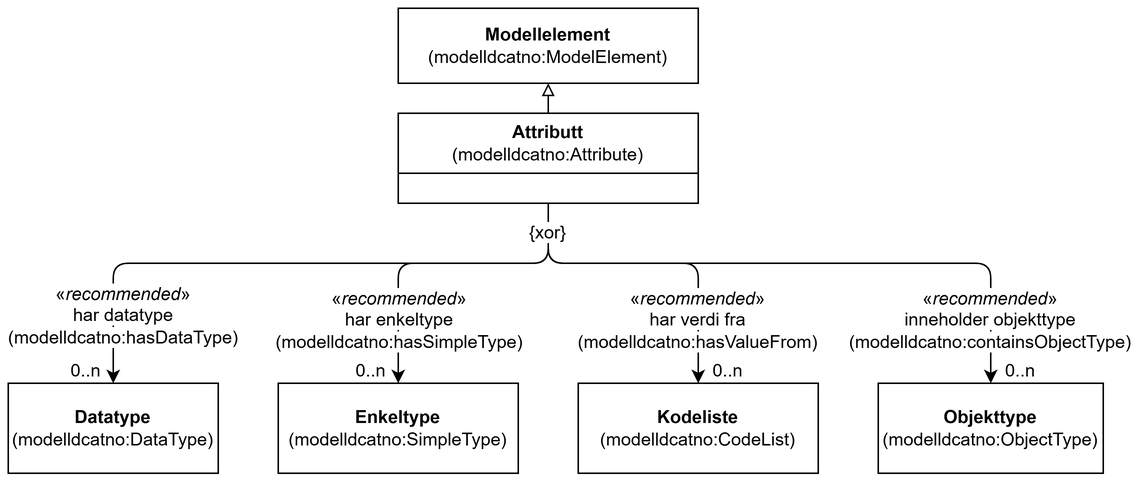
This is docs/images/KlassenAttributt.png from Informasjonsforvaltning/modelldcat-ap-no, a draw.io export, as it was before one commit. Source tidied: cells renumbered, new cells last; positions are measured from the earlier drawing's top-left corner, leaving out a move shared by most shapes. Its diagram source:
```xml
<mxGraphModel>
  <root>
    <mxCell id="0" />
    <mxCell id="1" parent="0" />
    <mxCell id="2" value="Attributt&lt;br&gt;&lt;div&gt;&lt;span style=&quot;font-weight: normal;&quot;&gt;(modelldcatno:Attribute)&lt;/span&gt;&lt;/div&gt;" style="swimlane;whiteSpace=wrap;html=1;startSize=40;" parent="1" vertex="1">
      <mxGeometry x="260" y="70" width="200" height="60" as="geometry" />
    </mxCell>
    <mxCell id="3" value="&lt;b&gt;Modellelement&lt;/b&gt;&lt;div&gt;(modelldcatno:ModelElement)&lt;/div&gt;" style="rounded=0;whiteSpace=wrap;html=1;" parent="1" vertex="1">
      <mxGeometry x="260" width="200" height="50" as="geometry" />
    </mxCell>
    <mxCell id="4" style="endArrow=block;html=1;rounded=0;entryX=0.5;entryY=1;entryDx=0;entryDy=0;exitX=0.5;exitY=0;exitDx=0;exitDy=0;endFill=0;" parent="1" edge="1" source="2" target="3">
      <mxGeometry relative="1" as="geometry" />
    </mxCell>
    <mxCell id="5" value="&lt;b&gt;Datatype&lt;/b&gt;&lt;div&gt;(modelldcatno:DataType)&lt;/div&gt;" style="rounded=0;whiteSpace=wrap;html=1;" parent="1" vertex="1">
      <mxGeometry y="250" width="140" height="60" as="geometry" />
    </mxCell>
    <mxCell id="6" value="&lt;b&gt;Enkeltype&lt;/b&gt;&lt;div&gt;(modelldcatno:SimpleType)&lt;/div&gt;" style="rounded=0;whiteSpace=wrap;html=1;" parent="1" vertex="1">
      <mxGeometry x="180" y="250" width="160" height="60" as="geometry" />
    </mxCell>
    <mxCell id="7" value="&lt;b&gt;Objekttype&lt;/b&gt;&lt;div&gt;(modelldcatno:ObjectType)&lt;/div&gt;" style="rounded=0;whiteSpace=wrap;html=1;" parent="1" vertex="1">
      <mxGeometry x="580" y="250" width="150" height="60" as="geometry" />
    </mxCell>
    <mxCell id="8" value="&lt;b&gt;Kodeliste&lt;/b&gt;&lt;div&gt;(modelldcatno:CodeList)&lt;/div&gt;" style="rounded=0;whiteSpace=wrap;html=1;" parent="1" vertex="1">
      <mxGeometry x="380" y="250" width="160" height="60" as="geometry" />
    </mxCell>
    <mxCell id="9" style="endArrow=classic;html=1;rounded=1;entryX=0.5;entryY=0;entryDx=0;entryDy=0;exitX=0.5;exitY=1;exitDx=0;exitDy=0;curved=0;" parent="1" edge="1" source="2" target="5">
      <mxGeometry relative="1" as="geometry">
        <Array as="points">
          <mxPoint x="360" y="170" />
          <mxPoint x="70" y="170" />
        </Array>
      </mxGeometry>
    </mxCell>
    <mxCell id="10" value="&lt;span style=&quot;background-color: light-dark(#ffffff, var(--ge-dark-color, #121212));&quot;&gt;&lt;span style=&quot;text-align: left;&quot;&gt;«&lt;/span&gt;&lt;i style=&quot;text-align: left;&quot;&gt;recommended&lt;/i&gt;&lt;span style=&quot;text-align: left;&quot;&gt;»&lt;/span&gt;&lt;/span&gt;&lt;div&gt;&lt;span style=&quot;background-color: light-dark(#ffffff, var(--ge-dark-color, #121212));&quot;&gt;har datatype&lt;/span&gt;&lt;div&gt;&lt;span style=&quot;background-color: light-dark(#ffffff, var(--ge-dark-color, #121212));&quot;&gt;(modelldcatno:hasDataType)&lt;/span&gt;&lt;/div&gt;&lt;/div&gt;" style="text;html=1;whiteSpace=wrap;strokeColor=none;fillColor=none;align=center;verticalAlign=middle;rounded=0;" parent="1" vertex="1">
      <mxGeometry x="67" y="190" width="20" height="30" as="geometry" />
    </mxCell>
    <mxCell id="11" value="0..n" style="text;html=1;whiteSpace=wrap;strokeColor=none;fillColor=none;align=center;verticalAlign=middle;rounded=0;" parent="1" vertex="1">
      <mxGeometry x="37" y="232" width="30" height="20" as="geometry" />
    </mxCell>
    <mxCell id="12" style="endArrow=classic;html=1;rounded=1;entryX=0.5;entryY=0;entryDx=0;entryDy=0;exitX=0.5;exitY=1;exitDx=0;exitDy=0;curved=0;" parent="1" edge="1" source="2" target="6">
      <mxGeometry relative="1" as="geometry">
        <Array as="points">
          <mxPoint x="360" y="170" />
          <mxPoint x="260" y="170" />
        </Array>
      </mxGeometry>
    </mxCell>
    <mxCell id="13" style="endArrow=classic;html=1;rounded=1;entryX=0.5;entryY=0;entryDx=0;entryDy=0;exitX=0.5;exitY=1;exitDx=0;exitDy=0;curved=0;" parent="1" edge="1" source="2" target="8">
      <mxGeometry relative="1" as="geometry">
        <Array as="points">
          <mxPoint x="360" y="170" />
          <mxPoint x="460" y="170" />
        </Array>
      </mxGeometry>
    </mxCell>
    <mxCell id="14" style="endArrow=classic;html=1;rounded=1;entryX=0.5;entryY=0;entryDx=0;entryDy=0;exitX=0.5;exitY=1;exitDx=0;exitDy=0;curved=0;" parent="1" edge="1" source="2" target="7">
      <mxGeometry relative="1" as="geometry">
        <Array as="points">
          <mxPoint x="360" y="170" />
          <mxPoint x="655" y="170" />
        </Array>
      </mxGeometry>
    </mxCell>
    <mxCell id="15" value="0..n" style="text;html=1;whiteSpace=wrap;strokeColor=none;fillColor=none;align=center;verticalAlign=middle;rounded=0;" parent="1" vertex="1">
      <mxGeometry x="227" y="232" width="30" height="20" as="geometry" />
    </mxCell>
    <mxCell id="16" value="0..n" style="text;html=1;whiteSpace=wrap;strokeColor=none;fillColor=none;align=center;verticalAlign=middle;rounded=0;" parent="1" vertex="1">
      <mxGeometry x="465" y="232" width="30" height="20" as="geometry" />
    </mxCell>
    <mxCell id="17" value="0..n" style="text;html=1;whiteSpace=wrap;strokeColor=none;fillColor=none;align=center;verticalAlign=middle;rounded=0;" parent="1" vertex="1">
      <mxGeometry x="660" y="232" width="30" height="20" as="geometry" />
    </mxCell>
    <mxCell id="18" value="&lt;span style=&quot;background-color: light-dark(#ffffff, var(--ge-dark-color, #121212));&quot;&gt;&lt;span style=&quot;text-align: left;&quot;&gt;«&lt;/span&gt;&lt;i style=&quot;text-align: left;&quot;&gt;recommended&lt;/i&gt;&lt;span style=&quot;text-align: left;&quot;&gt;»&lt;/span&gt;&lt;/span&gt;&lt;div&gt;&lt;span style=&quot;background-color: light-dark(#ffffff, var(--ge-dark-color, #121212));&quot;&gt;har enkeltype&lt;/span&gt;&lt;div&gt;&lt;span style=&quot;background-color: light-dark(#ffffff, var(--ge-dark-color, #121212));&quot;&gt;(modelldcatno:hasSimpleType)&lt;/span&gt;&lt;/div&gt;&lt;/div&gt;" style="text;html=1;whiteSpace=wrap;strokeColor=none;fillColor=none;align=center;verticalAlign=middle;rounded=0;" parent="1" vertex="1">
      <mxGeometry x="251" y="193" width="20" height="30" as="geometry" />
    </mxCell>
    <mxCell id="19" value="&lt;span style=&quot;background-color: light-dark(#ffffff, var(--ge-dark-color, #121212));&quot;&gt;&lt;span style=&quot;text-align: left;&quot;&gt;«&lt;/span&gt;&lt;i style=&quot;text-align: left;&quot;&gt;recommended&lt;/i&gt;&lt;span style=&quot;text-align: left;&quot;&gt;»&lt;/span&gt;&lt;/span&gt;&lt;div&gt;&lt;span style=&quot;background-color: light-dark(#ffffff, var(--ge-dark-color, #121212));&quot;&gt;har verdi fra&lt;/span&gt;&lt;div&gt;&lt;span style=&quot;background-color: light-dark(#ffffff, var(--ge-dark-color, #121212));&quot;&gt;(modelldcatno:hasValueFrom)&lt;/span&gt;&lt;/div&gt;&lt;/div&gt;" style="text;html=1;whiteSpace=wrap;strokeColor=none;fillColor=none;align=center;verticalAlign=middle;rounded=0;" parent="1" vertex="1">
      <mxGeometry x="450" y="193" width="20" height="30" as="geometry" />
    </mxCell>
    <mxCell id="20" value="&lt;span style=&quot;background-color: light-dark(#ffffff, var(--ge-dark-color, #121212));&quot;&gt;&lt;span style=&quot;text-align: left;&quot;&gt;«&lt;/span&gt;&lt;i style=&quot;text-align: left;&quot;&gt;recommended&lt;/i&gt;&lt;span style=&quot;text-align: left;&quot;&gt;»&lt;/span&gt;&lt;/span&gt;&lt;div&gt;&lt;div&gt;&lt;span style=&quot;background-color: light-dark(#ffffff, var(--ge-dark-color, #121212));&quot;&gt;inneholder objekttype&lt;/span&gt;&lt;/div&gt;&lt;div&gt;&lt;span style=&quot;background-color: light-dark(#ffffff, var(--ge-dark-color, #121212));&quot;&gt;(modelldcatno:containsObjectType)&lt;/span&gt;&lt;/div&gt;&lt;/div&gt;" style="text;html=1;whiteSpace=wrap;strokeColor=none;fillColor=none;align=center;verticalAlign=middle;rounded=0;" parent="1" vertex="1">
      <mxGeometry x="565" y="193" width="180" height="30" as="geometry" />
    </mxCell>
    <mxCell id="21" value="&lt;span style=&quot;background-color: light-dark(#ffffff, var(--ge-dark-color, #121212));&quot;&gt;{xor}&lt;/span&gt;" style="text;html=1;whiteSpace=wrap;strokeColor=none;fillColor=none;align=center;verticalAlign=middle;rounded=0;" parent="1" vertex="1">
      <mxGeometry x="345" y="140" width="30" height="20" as="geometry" />
    </mxCell>
  </root>
</mxGraphModel>
```
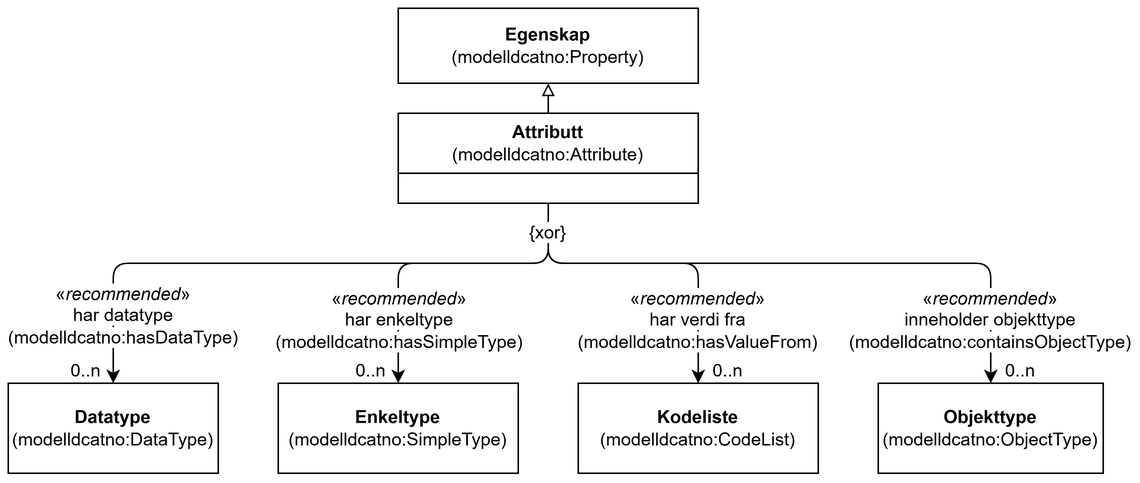
Above is the later version.

Change to the diagram source:
```diff
@@ -5,7 +5,7 @@
     <mxCell id="2" value="Attributt&lt;br&gt;&lt;div&gt;&lt;span style=&quot;font-weight: normal;&quot;&gt;(modelldcatno:Attribute)&lt;/span&gt;&lt;/div&gt;" style="swimlane;whiteSpace=wrap;html=1;startSize=40;" parent="1" vertex="1">
       <mxGeometry x="260" y="70" width="200" height="60" as="geometry" />
     </mxCell>
-    <mxCell id="3" value="&lt;b&gt;Modellelement&lt;/b&gt;&lt;div&gt;(modelldcatno:ModelElement)&lt;/div&gt;" style="rounded=0;whiteSpace=wrap;html=1;" parent="1" vertex="1">
+    <mxCell id="3" value="&lt;b&gt;Egenskap&lt;/b&gt;&lt;div&gt;(modelldcatno:Property)&lt;/div&gt;" style="rounded=0;whiteSpace=wrap;html=1;" parent="1" vertex="1">
       <mxGeometry x="260" width="200" height="50" as="geometry" />
     </mxCell>
     <mxCell id="4" style="endArrow=block;html=1;rounded=0;entryX=0.5;entryY=1;entryDx=0;entryDy=0;exitX=0.5;exitY=0;exitDx=0;exitDy=0;endFill=0;" parent="1" edge="1" source="2" target="3">
```
